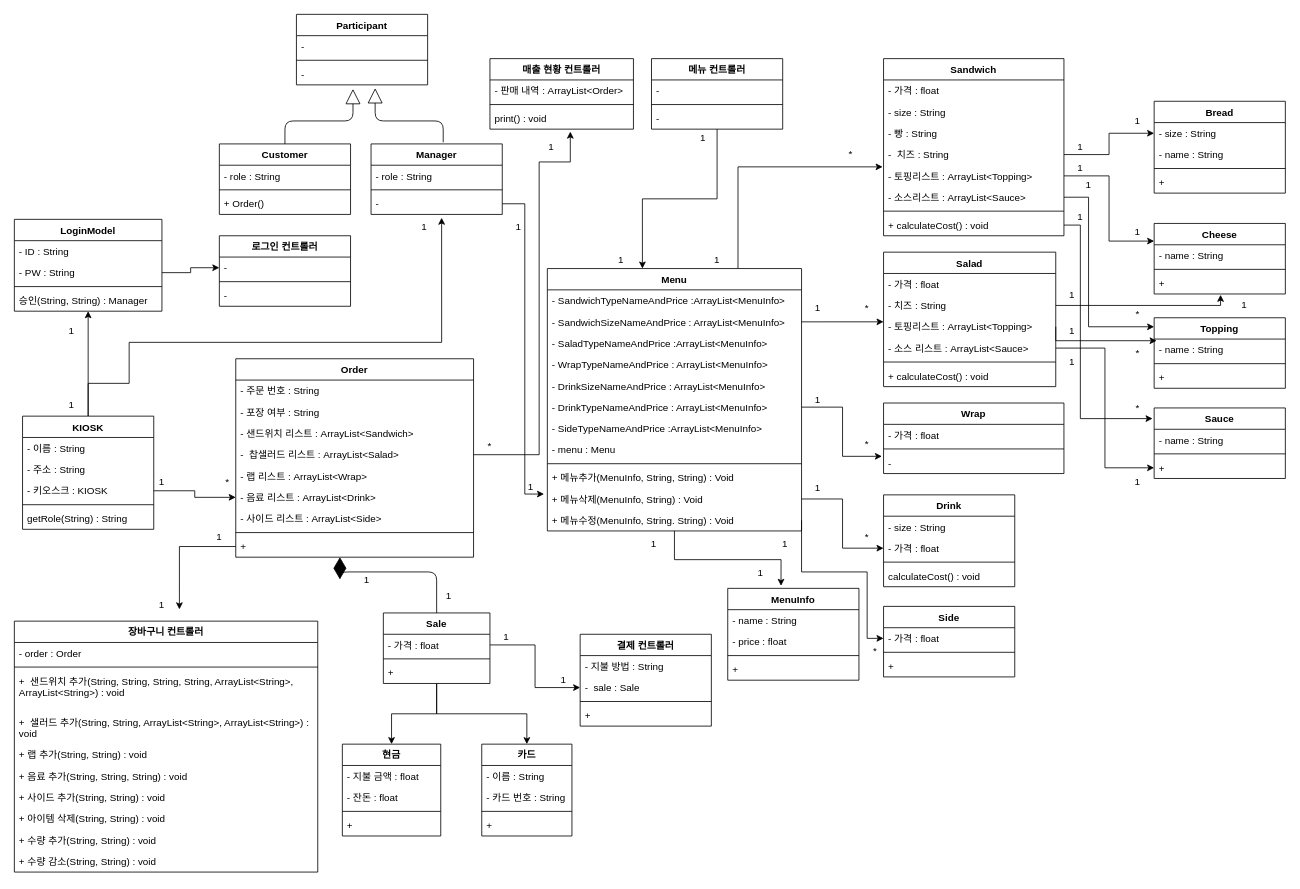
This is 상세명세서/Structural Model/Class Diagram.drawio from distroytest/KNUSD-20202-Team05, a draw.io file, before an edit. Source tidied: cells renumbered, new cells numbered last; positions are measured from the earlier drawing's top-left corner, leaving out a move shared by most shapes. Both pictures are drawn from the tidied source at 82%, with x=0, y=0 at pixel (14, 14).
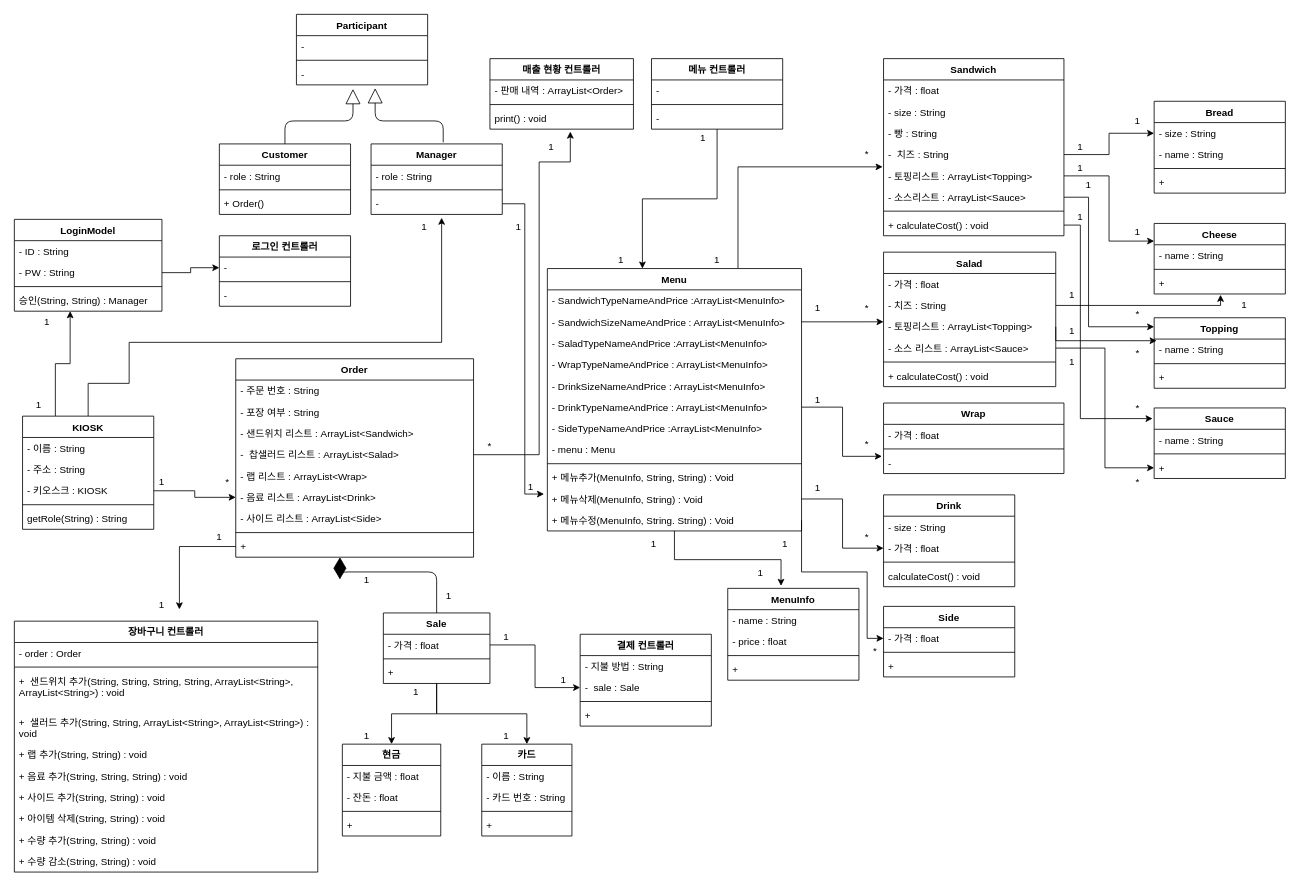
Above is the later version.

Unchanged cells that the change refers to:
```xml
<mxCell id="4" value="KIOSK" style="swimlane;fontStyle=1;align=center;verticalAlign=top;horizontal=1;startSize=26;" parent="1" vertex="1">
  <mxGeometry x="10" y="490" width="160" height="138" as="geometry" />
</mxCell>
<mxCell id="79" value="LoginModel" style="swimlane;fontStyle=1;align=center;verticalAlign=top;horizontal=1;startSize=26;" parent="1" vertex="1">
  <mxGeometry y="250" width="180" height="112" as="geometry" />
</mxCell>
<mxCell id="83" value="승인(String, String) : Manager" style="text;strokeColor=none;fillColor=none;align=left;verticalAlign=top;spacingLeft=4;spacingRight=4;overflow=hidden;points=[[0,0.5],[1,0.5]];portConstraint=eastwest;" parent="79" vertex="1">
  <mxGeometry y="86" width="180" height="26" as="geometry" />
</mxCell>
```

Change to the diagram source:
```diff
@@
-    <mxCell id="2" style="edgeStyle=orthogonalEdgeStyle;rounded=0;jettySize=auto;html=1;entryX=0.5;entryY=1;entryDx=0;entryDy=0;" parent="1" edge="1" source="4" target="79">
-      <mxGeometry relative="1" as="geometry" />
-    </mxCell>
@@
+    <mxCell id="211" style="edgeStyle=orthogonalEdgeStyle;rounded=0;jettySize=auto;html=1;exitX=0.25;exitY=0;exitDx=0;exitDy=0;entryX=0.378;entryY=1;entryDx=0;entryDy=0;entryPerimeter=0;" parent="1" edge="1" source="4" target="83">
+      <mxGeometry relative="1" as="geometry" />
+    </mxCell>
@@
-    <mxCell id="84" value="1" style="text;html=1;strokeColor=none;fillColor=none;align=center;verticalAlign=middle;whiteSpace=wrap;rounded=0;" parent="1" vertex="1">
-      <mxGeometry x="50" y="376" width="40" height="20" as="geometry" />
-    </mxCell>
-    <mxCell id="85" value="1" style="text;html=1;strokeColor=none;fillColor=none;align=center;verticalAlign=middle;whiteSpace=wrap;rounded=0;" parent="1" vertex="1">
-      <mxGeometry x="50" y="466" width="40" height="20" as="geometry" />
-    </mxCell>
@@
     <mxCell id="109" value="*" style="text;html=1;strokeColor=none;fillColor=none;align=center;verticalAlign=middle;whiteSpace=wrap;rounded=0;" parent="1" vertex="1">
-      <mxGeometry x="1000" y="161" width="40" height="20" as="geometry" />
+      <mxGeometry x="1020" y="161" width="40" height="20" as="geometry" />
     </mxCell>
@@
-    <mxCell id="193" value="1" style="text;html=1;strokeColor=none;fillColor=none;align=center;verticalAlign=middle;whiteSpace=wrap;rounded=0;" parent="1" vertex="1">
+    <mxCell id="193" value="*" style="text;html=1;strokeColor=none;fillColor=none;align=center;verticalAlign=middle;whiteSpace=wrap;rounded=0;" parent="1" vertex="1">
       <mxGeometry x="1350" y="560" width="40" height="20" as="geometry" />
     </mxCell>
@@
+    <mxCell id="212" value="1" style="text;html=1;strokeColor=none;fillColor=none;align=center;verticalAlign=middle;whiteSpace=wrap;rounded=0;" parent="1" vertex="1">
+      <mxGeometry x="20" y="365" width="40" height="20" as="geometry" />
+    </mxCell>
+    <mxCell id="213" value="1" style="text;html=1;strokeColor=none;fillColor=none;align=center;verticalAlign=middle;whiteSpace=wrap;rounded=0;" parent="1" vertex="1">
+      <mxGeometry x="10" y="466" width="40" height="20" as="geometry" />
+    </mxCell>
+    <mxCell id="214" value="1" style="text;html=1;strokeColor=none;fillColor=none;align=center;verticalAlign=middle;whiteSpace=wrap;rounded=0;" parent="1" vertex="1">
+      <mxGeometry x="470" y="816" width="40" height="20" as="geometry" />
+    </mxCell>
+    <mxCell id="215" value="1" style="text;html=1;strokeColor=none;fillColor=none;align=center;verticalAlign=middle;whiteSpace=wrap;rounded=0;" parent="1" vertex="1">
+      <mxGeometry x="410" y="870" width="40" height="20" as="geometry" />
+    </mxCell>
+    <mxCell id="216" value="1" style="text;html=1;strokeColor=none;fillColor=none;align=center;verticalAlign=middle;whiteSpace=wrap;rounded=0;" parent="1" vertex="1">
+      <mxGeometry x="580" y="870" width="40" height="20" as="geometry" />
+    </mxCell>
```
